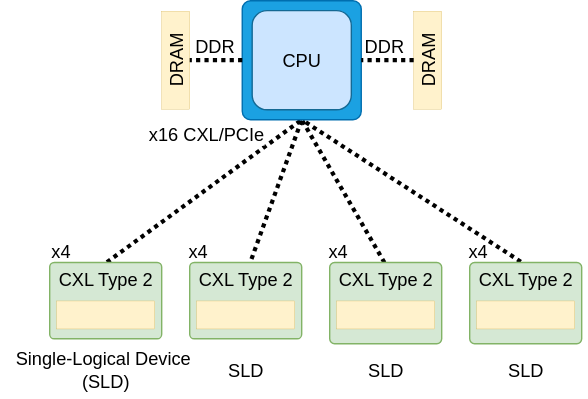
Before: Figure 1b Multiple SLD Per Host Expansion.drawio.svg, a diagram exported from draw.io (kamilkhan52/cxl_diagrams). Source tidied: cells renumbered, new cells last; positions are measured from the earlier drawing's top-left corner, leaving out a move shared by most shapes.
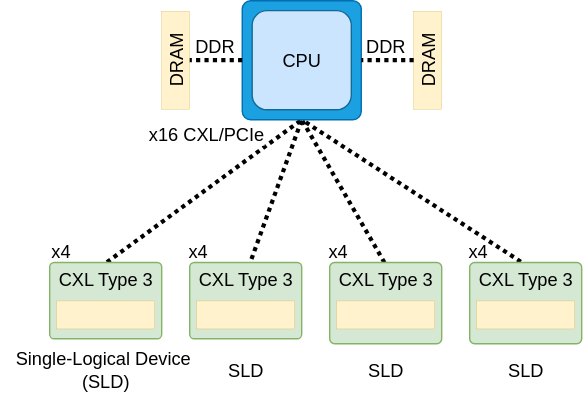
The same diagram one commit later.

Change to the diagram source:
```diff
@@ -20,7 +20,7 @@
     <mxCell id="7" value="&lt;div style=&quot;font-size: 13px;&quot;&gt;&lt;br style=&quot;font-size: 13px;&quot;&gt;&lt;/div&gt;" style="rounded=1;whiteSpace=wrap;html=1;strokeWidth=1;fontSize=13;rotation=90;align=right;verticalAlign=middle;horizontal=0;labelPosition=left;verticalLabelPosition=middle;fillColor=#d5e8d4;strokeColor=#82b366;perimeterSpacing=0;imageWidth=24;arcSize=6;" parent="1" vertex="1">
       <mxGeometry x="47.8" y="174.2" width="54.5" height="80" as="geometry" />
     </mxCell>
-    <mxCell id="8" value="&lt;font style=&quot;font-size: 13px;&quot;&gt;CXL Type 2&lt;/font&gt;" style="text;html=1;align=center;verticalAlign=middle;points=[];strokeColor=none;fillColor=none;labelBackgroundColor=none;fontColor=#000000;fontSize=13;" parent="1" vertex="1">
+    <mxCell id="8" value="&lt;font style=&quot;font-size: 13px;&quot;&gt;CXL Type 3&lt;/font&gt;" style="text;html=1;align=center;verticalAlign=middle;points=[];strokeColor=none;fillColor=none;labelBackgroundColor=none;fontColor=#000000;fontSize=13;" parent="1" vertex="1">
       <mxGeometry x="30" y="184.5" width="90" height="30" as="geometry" />
     </mxCell>
     <mxCell id="9" style="rounded=0;whiteSpace=wrap;html=1;fillColor=#fff2cc;strokeColor=#d6b656;shadow=0;textShadow=0;strokeWidth=0.25;fontSize=13;" parent="1" vertex="1">
@@ -32,7 +32,7 @@
     <mxCell id="11" value="&lt;div style=&quot;font-size: 13px;&quot;&gt;&lt;br style=&quot;font-size: 13px;&quot;&gt;&lt;/div&gt;" style="rounded=1;whiteSpace=wrap;html=1;strokeWidth=1;fontSize=13;rotation=90;align=right;verticalAlign=middle;horizontal=0;labelPosition=left;verticalLabelPosition=middle;fillColor=#d5e8d4;strokeColor=#82b366;perimeterSpacing=0;imageWidth=24;arcSize=6;" parent="1" vertex="1">
       <mxGeometry x="147.8" y="174.2" width="54.5" height="80" as="geometry" />
     </mxCell>
-    <mxCell id="12" value="&lt;font style=&quot;font-size: 13px;&quot;&gt;CXL Type 2&lt;/font&gt;" style="text;html=1;align=center;verticalAlign=middle;points=[];strokeColor=none;fillColor=none;labelBackgroundColor=none;fontColor=#000000;fontSize=13;" parent="1" vertex="1">
+    <mxCell id="12" value="&lt;font style=&quot;font-size: 13px;&quot;&gt;CXL Type 3&lt;/font&gt;" style="text;html=1;align=center;verticalAlign=middle;points=[];strokeColor=none;fillColor=none;labelBackgroundColor=none;fontColor=#000000;fontSize=13;" parent="1" vertex="1">
       <mxGeometry x="130" y="184.5" width="90" height="30" as="geometry" />
     </mxCell>
     <mxCell id="13" style="rounded=0;whiteSpace=wrap;html=1;fillColor=#fff2cc;strokeColor=#d6b656;shadow=0;textShadow=0;strokeWidth=0.25;fontSize=13;" parent="1" vertex="1">
@@ -44,7 +44,7 @@
     <mxCell id="15" value="&lt;div style=&quot;font-size: 13px;&quot;&gt;&lt;br style=&quot;font-size: 13px;&quot;&gt;&lt;/div&gt;" style="rounded=1;whiteSpace=wrap;html=1;strokeWidth=1;fontSize=13;rotation=90;align=right;verticalAlign=middle;horizontal=0;labelPosition=left;verticalLabelPosition=middle;fillColor=#d5e8d4;strokeColor=#82b366;perimeterSpacing=0;imageWidth=24;arcSize=6;" parent="1" vertex="1">
       <mxGeometry x="246" y="176" width="58" height="80" as="geometry" />
     </mxCell>
-    <mxCell id="16" value="&lt;font style=&quot;font-size: 13px;&quot;&gt;CXL Type 2&lt;/font&gt;" style="text;html=1;align=center;verticalAlign=middle;points=[];strokeColor=none;fillColor=none;labelBackgroundColor=none;fontColor=#000000;fontSize=13;" parent="1" vertex="1">
+    <mxCell id="16" value="&lt;font style=&quot;font-size: 13px;&quot;&gt;CXL Type 3&lt;/font&gt;" style="text;html=1;align=center;verticalAlign=middle;points=[];strokeColor=none;fillColor=none;labelBackgroundColor=none;fontColor=#000000;fontSize=13;" parent="1" vertex="1">
       <mxGeometry x="230" y="184.5" width="90" height="30" as="geometry" />
     </mxCell>
     <mxCell id="17" style="rounded=0;whiteSpace=wrap;html=1;fillColor=#fff2cc;strokeColor=#d6b656;shadow=0;textShadow=0;strokeWidth=0.25;fontSize=13;" parent="1" vertex="1">
@@ -56,7 +56,7 @@
     <mxCell id="19" value="&lt;div style=&quot;font-size: 13px;&quot;&gt;&lt;br style=&quot;font-size: 13px;&quot;&gt;&lt;/div&gt;" style="rounded=1;whiteSpace=wrap;html=1;strokeWidth=1;fontSize=13;rotation=90;align=right;verticalAlign=middle;horizontal=0;labelPosition=left;verticalLabelPosition=middle;fillColor=#d5e8d4;strokeColor=#82b366;perimeterSpacing=0;imageWidth=24;arcSize=6;" parent="1" vertex="1">
       <mxGeometry x="346" y="176" width="58" height="80" as="geometry" />
     </mxCell>
-    <mxCell id="20" value="&lt;font style=&quot;font-size: 13px;&quot;&gt;CXL Type 2&lt;/font&gt;" style="text;html=1;align=center;verticalAlign=middle;points=[];strokeColor=none;fillColor=none;labelBackgroundColor=none;fontColor=#000000;fontSize=13;" parent="1" vertex="1">
+    <mxCell id="20" value="&lt;font style=&quot;font-size: 13px;&quot;&gt;CXL Type 3&lt;/font&gt;" style="text;html=1;align=center;verticalAlign=middle;points=[];strokeColor=none;fillColor=none;labelBackgroundColor=none;fontColor=#000000;fontSize=13;" parent="1" vertex="1">
       <mxGeometry x="330" y="184.5" width="90" height="30" as="geometry" />
     </mxCell>
     <mxCell id="21" style="rounded=0;whiteSpace=wrap;html=1;fillColor=#fff2cc;strokeColor=#d6b656;shadow=0;textShadow=0;strokeWidth=0.25;fontSize=13;" parent="1" vertex="1">
```
